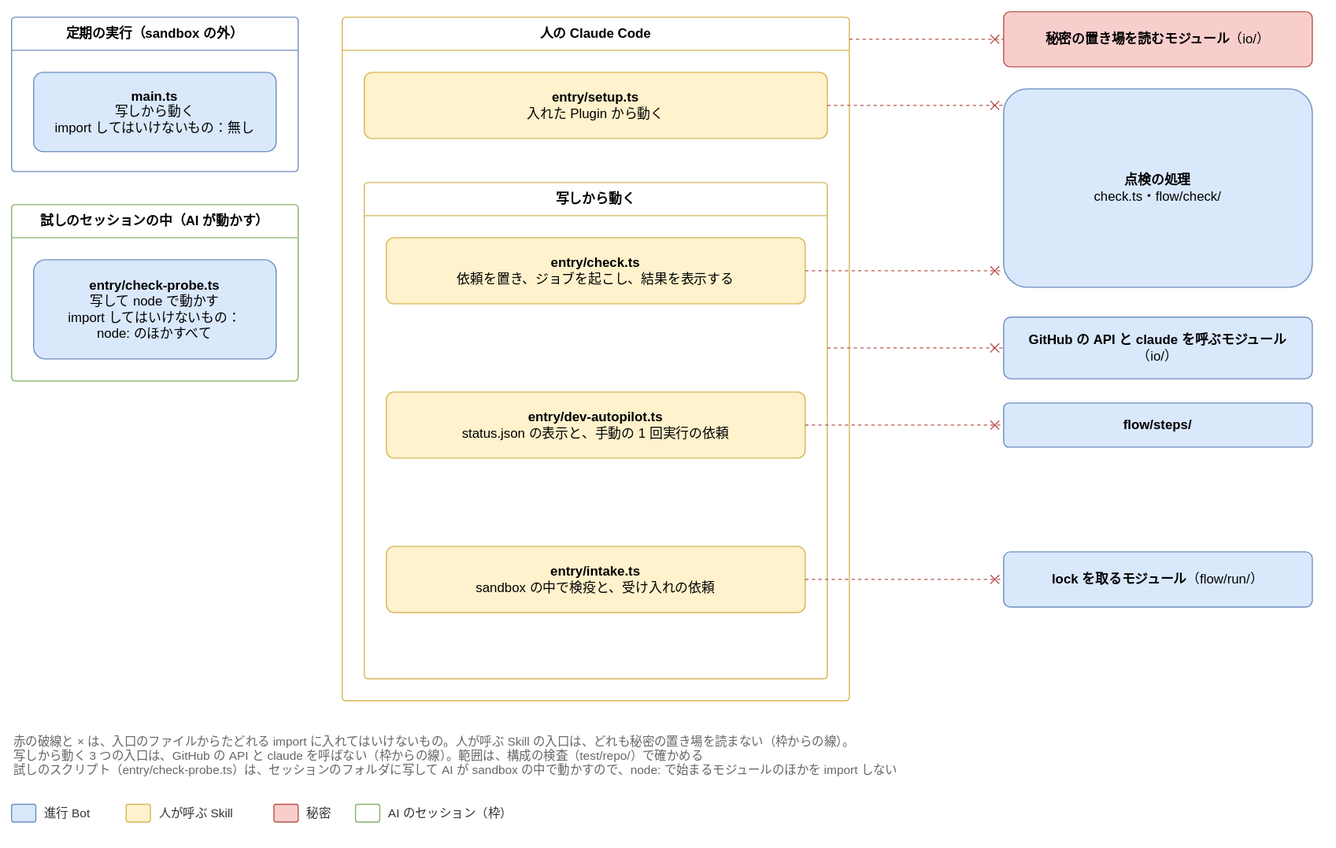
Earlier version of the draw.io export docs/design/detailed/diagrams/00-entries.drawio.svg (Joymerrevent/dev-autopilot). Source tidied: cells renumbered, new cells last; positions are measured from the earlier drawing's top-left corner, leaving out a move shared by most shapes.
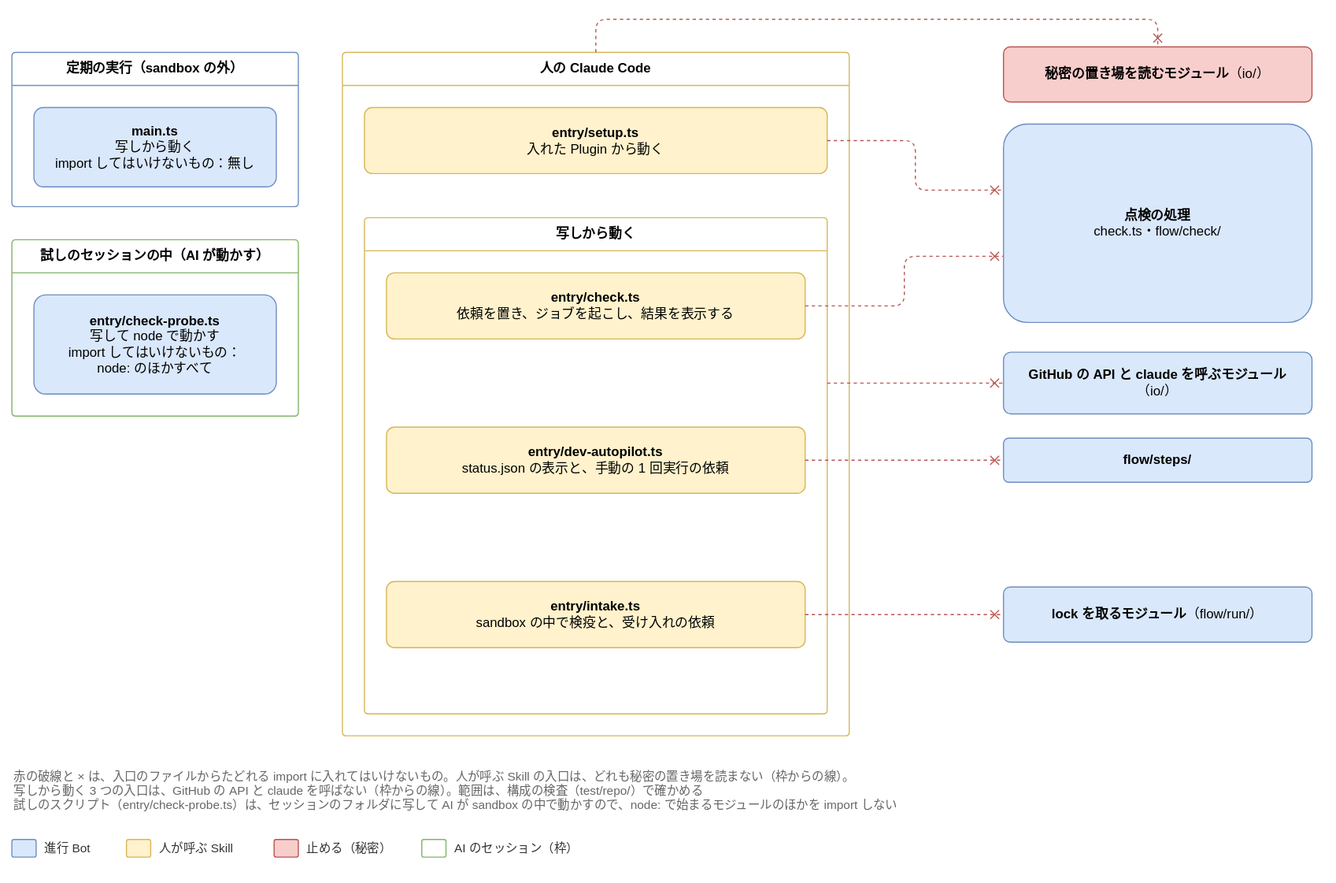
After the change.

What changed in the source:
```diff
@@ -47,13 +47,18 @@
     <mxCell id="16" value="&lt;b&gt;lock を取るモジュール&lt;/b&gt;（flow/run/）" style="rounded=1;whiteSpace=wrap;html=1;fontSize=12;arcSize=12;spacing=12;fillColor=#dae8fc;strokeColor=#6c8ebf;" parent="1" vertex="1">
       <mxGeometry x="900" y="490" width="280" height="50" as="geometry" />
     </mxCell>
-    <mxCell id="17" style="edgeStyle=orthogonalEdgeStyle;rounded=1;html=1;endArrow=block;endFill=1;fontSize=11;labelBackgroundColor=#ffffff;dashed=1;strokeColor=#b85450;fontColor=#b85450;endArrow=cross;endFill=0;exitX=1;exitY=0.03225806451612903;exitDx=0;exitDy=0;entryX=0;entryY=0.5;entryDx=0;entryDy=0;" parent="1" edge="1" source="6" target="12">
-      <mxGeometry relative="1" as="geometry" />
+    <mxCell id="17" style="edgeStyle=orthogonalEdgeStyle;rounded=1;html=1;endArrow=block;endFill=1;fontSize=11;labelBackgroundColor=#ffffff;dashed=1;strokeColor=#b85450;fontColor=#b85450;endArrow=cross;endFill=0;exitX=0.5;exitY=0;exitDx=0;exitDy=0;entryX=0.5;entryY=0;entryDx=0;entryDy=0;" parent="1" edge="1" source="6" target="12">
+      <mxGeometry relative="1" as="geometry">
+        <Array as="points">
+          <mxPoint x="530" y="-25" />
+          <mxPoint x="1040" y="-25" />
+        </Array>
+      </mxGeometry>
     </mxCell>
-    <mxCell id="18" style="edgeStyle=orthogonalEdgeStyle;rounded=1;html=1;endArrow=block;endFill=1;fontSize=11;labelBackgroundColor=#ffffff;dashed=1;strokeColor=#b85450;fontColor=#b85450;endArrow=cross;endFill=0;exitX=1;exitY=0.5;exitDx=0;exitDy=0;entryX=0;entryY=0.08333333333333333;entryDx=0;entryDy=0;" parent="1" edge="1" source="7" target="13">
+    <mxCell id="18" style="edgeStyle=orthogonalEdgeStyle;rounded=1;html=1;endArrow=block;endFill=1;fontSize=11;labelBackgroundColor=#ffffff;dashed=1;strokeColor=#b85450;fontColor=#b85450;endArrow=cross;endFill=0;exitX=1;exitY=0.5;exitDx=0;exitDy=0;entryX=0;entryY=0.3333333333333333;entryDx=0;entryDy=0;" parent="1" edge="1" source="7" target="13">
       <mxGeometry relative="1" as="geometry" />
     </mxCell>
-    <mxCell id="19" style="edgeStyle=orthogonalEdgeStyle;rounded=1;html=1;endArrow=block;endFill=1;fontSize=11;labelBackgroundColor=#ffffff;dashed=1;strokeColor=#b85450;fontColor=#b85450;endArrow=cross;endFill=0;exitX=1;exitY=0.5;exitDx=0;exitDy=0;entryX=0;entryY=0.9166666666666666;entryDx=0;entryDy=0;" parent="1" edge="1" source="9" target="13">
+    <mxCell id="19" style="edgeStyle=orthogonalEdgeStyle;rounded=1;html=1;endArrow=block;endFill=1;fontSize=11;labelBackgroundColor=#ffffff;dashed=1;strokeColor=#b85450;fontColor=#b85450;endArrow=cross;endFill=0;exitX=1;exitY=0.5;exitDx=0;exitDy=0;entryX=0;entryY=0.6666666666666666;entryDx=0;entryDy=0;" parent="1" edge="1" source="9" target="13">
       <mxGeometry relative="1" as="geometry" />
     </mxCell>
     <mxCell id="20" style="edgeStyle=orthogonalEdgeStyle;rounded=1;html=1;endArrow=block;endFill=1;fontSize=11;labelBackgroundColor=#ffffff;dashed=1;strokeColor=#b85450;fontColor=#b85450;endArrow=cross;endFill=0;exitX=1;exitY=0.3333333333333333;exitDx=0;exitDy=0;entryX=0;entryY=0.5;entryDx=0;entryDy=0;" parent="1" edge="1" source="8" target="14">
@@ -83,14 +88,14 @@
     <mxCell id="28" style="rounded=1;whiteSpace=wrap;html=1;fontSize=12;arcSize=12;spacing=12;fillColor=#f8cecc;strokeColor=#b85450;" parent="1" vertex="1">
       <mxGeometry x="238" y="719" width="22" height="16" as="geometry" />
     </mxCell>
-    <mxCell id="29" value="秘密" style="text;html=1;align=left;verticalAlign=middle;fontSize=11;fontColor=#333333;" parent="1" vertex="1">
-      <mxGeometry x="266" y="717" width="30" height="20" as="geometry" />
+    <mxCell id="29" value="止める（秘密）" style="text;html=1;align=left;verticalAlign=middle;fontSize=11;fontColor=#333333;" parent="1" vertex="1">
+      <mxGeometry x="266" y="717" width="90" height="20" as="geometry" />
     </mxCell>
     <mxCell id="30" style="rounded=1;whiteSpace=wrap;html=1;fontSize=12;arcSize=12;spacing=12;fillColor=none;strokeColor=#82b366;" parent="1" vertex="1">
-      <mxGeometry x="312" y="719" width="22" height="16" as="geometry" />
+      <mxGeometry x="372" y="719" width="22" height="16" as="geometry" />
     </mxCell>
     <mxCell id="31" value="AI のセッション（枠）" style="text;html=1;align=left;verticalAlign=middle;fontSize=11;fontColor=#333333;" parent="1" vertex="1">
-      <mxGeometry x="340" y="717" width="130" height="20" as="geometry" />
+      <mxGeometry x="400" y="717" width="130" height="20" as="geometry" />
     </mxCell>
   </root>
 </mxGraphModel>
```
